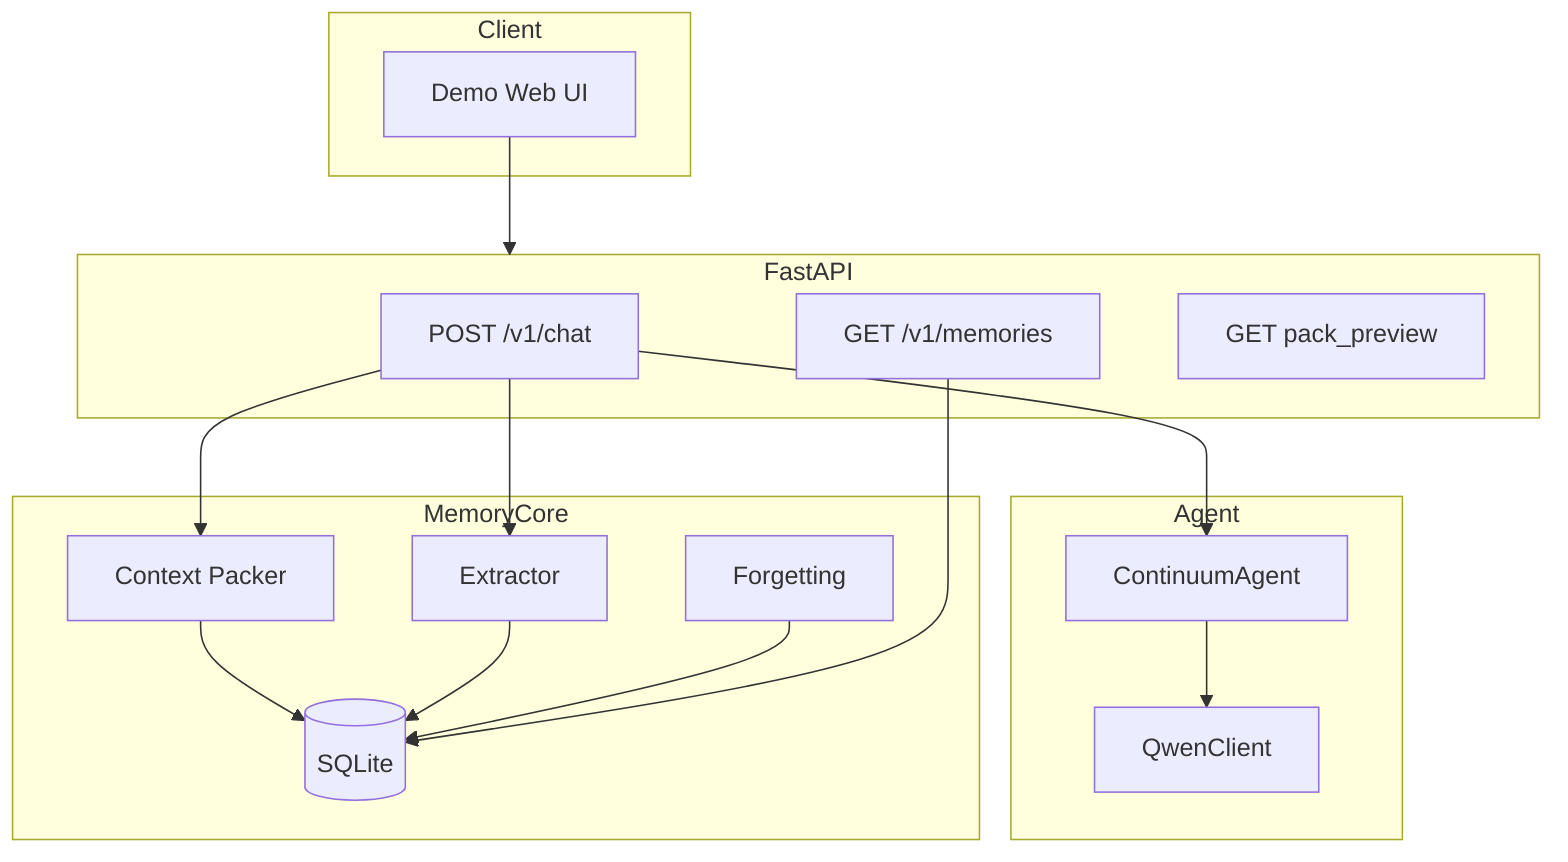
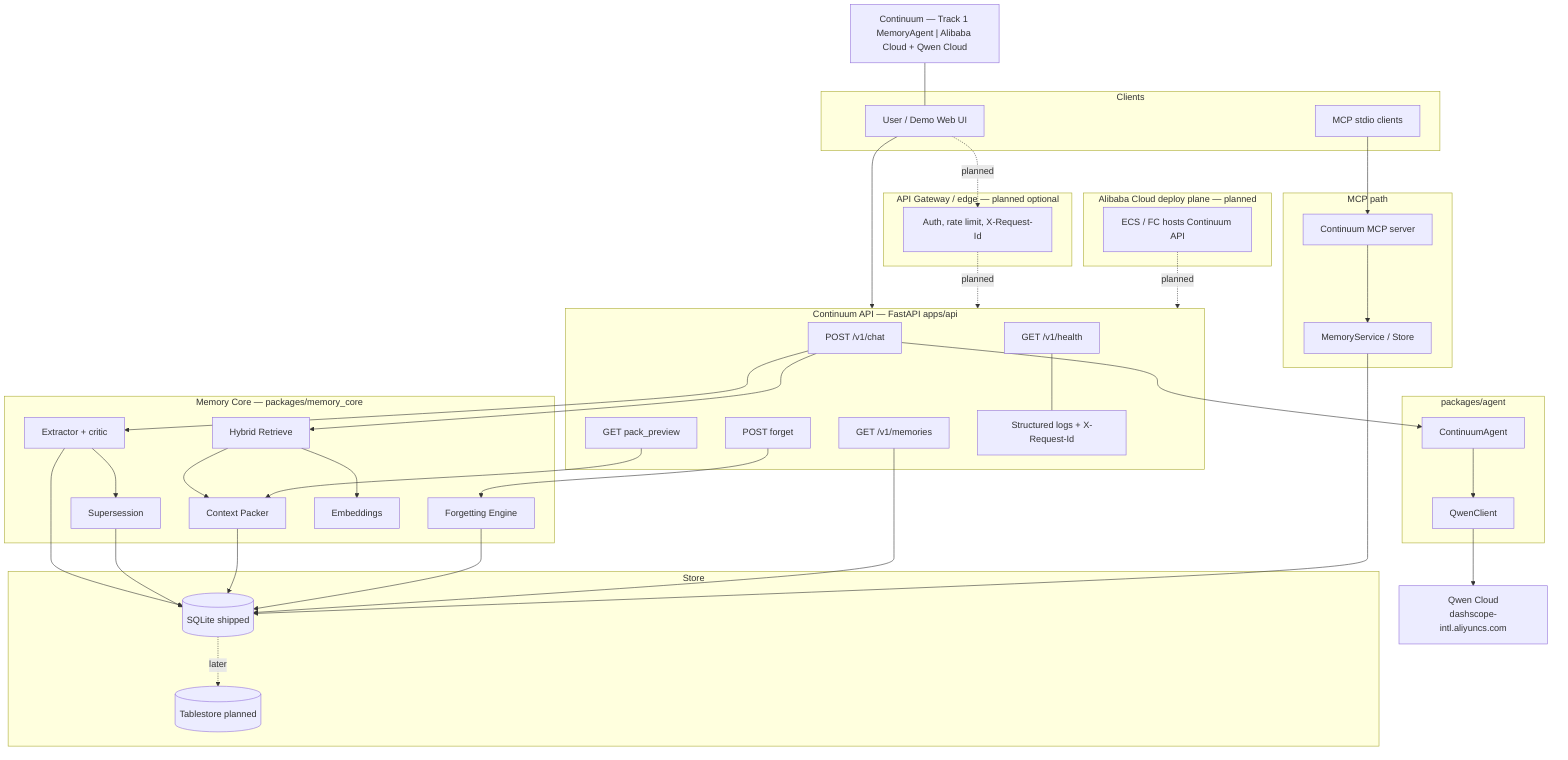
flowchart TB
-     subgraph Client
-         Web[Demo Web UI]
+     noteTitle["Continuum — Track 1 MemoryAgent | Alibaba Cloud + Qwen Cloud"]
+ 
+     subgraph Clients["Clients"]
+         Web[User / Demo Web UI]
+         MCPCli[MCP stdio clients]
    end

-     subgraph API["FastAPI"]
-         Chat[POST /v1/chat]
-         Mem[GET /v1/memories]
-         Pack[GET pack_preview]
+     subgraph Edge["API Gateway / edge — planned optional"]
+         GW[Auth, rate limit, X-Request-Id]
    end

-     subgraph Agent
-         Qwen[QwenClient]
-         AgentLoop[ContinuumAgent]
+     subgraph Deploy["Alibaba Cloud deploy plane — planned"]
+         Host[ECS / FC hosts Continuum API]
    end

-     subgraph MemoryCore
-         Extract[Extractor]
-         Store[(SQLite)]
-         Packer[Context Packer]
-         Forget[Forgetting]
+     subgraph API["Continuum API — FastAPI apps/api"]
+         Health[GET /v1/health]
+         Chat[POST /v1/chat]
+         MemList[GET /v1/memories]
+         PackPrev[GET pack_preview]
+         ForgetEP[POST forget]
+         Obs[Structured logs + X-Request-Id]
    end

+     subgraph AgentPkg["packages/agent"]
+         Agent[ContinuumAgent]
+         QwenCli[QwenClient]
+     end
+ 
+     QwenCloud["Qwen Cloud<br/>dashscope-intl.aliyuncs.com"]
+ 
+     subgraph MemCore["Memory Core — packages/memory_core"]
+         Extract[Extractor + critic]
+         Hybrid[Hybrid Retrieve]
+         Packer[Context Packer]
+         ForgetEng[Forgetting Engine]
+         Super[Supersession]
+         Embed[Embeddings]
+     end
+ 
+     subgraph StoreLayer["Store"]
+         SQLite[(SQLite shipped)]
+         Tablestore[(Tablestore planned)]
+     end
+ 
+     subgraph MCPSrv["MCP path"]
+         MCPServer[Continuum MCP server]
+         MemSvc[MemoryService / Store]
+     end
+ 
+     noteTitle --- Web
    Web --> API
-     Chat --> Packer
-     Chat --> AgentLoop
+     Web -.->|planned| GW
+     GW -.->|planned| API
+     Host -.->|planned| API
+ 
+     Chat --> Hybrid
+     Hybrid --> Embed
+     Hybrid --> Packer
+     Chat --> Agent
+     Agent --> QwenCli
+     QwenCli --> QwenCloud
    Chat --> Extract
-     AgentLoop --> Qwen
-     Packer --> Store
-     Extract --> Store
-     Forget --> Store
-     Mem --> Store
+     Extract --> Super
+     Extract --> SQLite
+     Super --> SQLite
+     Packer --> SQLite
+     ForgetEng --> SQLite
+     MemList --> SQLite
+     PackPrev --> Packer
+     ForgetEP --> ForgetEng
+     Health --- Obs
+     SQLite -.->|later| Tablestore
+ 
+     MCPCli --> MCPServer
+     MCPServer --> MemSvc
+     MemSvc --> SQLite
